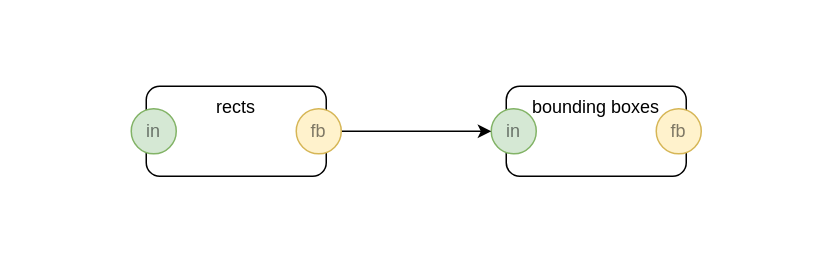
langjam/jam0001 keeps this draw.io diagram as guitarvydas/sequence.drawio. Above is the earlier version. Source tidied: cells renumbered, new cells numbered last; positions are measured from the earlier drawing's top-left corner, leaving out a move shared by most shapes. Both pictures are drawn from the tidied source at 150%, with x=0, y=0 at pixel (130, 86).
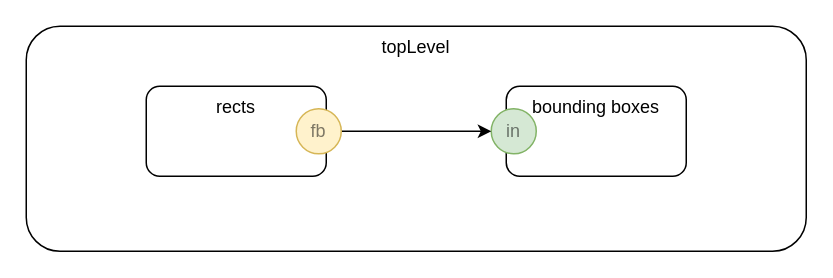
The same diagram, later.

The edit, as a diff of the source:
```diff
@@
 <mxGraphModel>
   <root>
     <mxCell id="0" />
     <mxCell id="1" parent="0" />
+    <mxCell id="9" value="topLevel" style="rounded=1;whiteSpace=wrap;html=1;verticalAlign=top;" parent="1" vertex="1">
+      <mxGeometry x="-70" y="-40" width="520" height="150" as="geometry" />
+    </mxCell>
     <mxCell id="2" value="rects" style="rounded=1;whiteSpace=wrap;html=1;verticalAlign=top;" parent="1" vertex="1">
       <mxGeometry x="10" width="120" height="60" as="geometry" />
     </mxCell>
     <mxCell id="3" value="bounding boxes" style="rounded=1;whiteSpace=wrap;html=1;verticalAlign=top;" parent="1" vertex="1">
       <mxGeometry x="250" width="120" height="60" as="geometry" />
     </mxCell>
-    <mxCell id="4" value="in" style="ellipse;whiteSpace=wrap;html=1;fillColor=#d5e8d4;align=center;strokeColor=#82b366;textOpacity=50;" parent="1" vertex="1">
-      <mxGeometry y="15" width="30" height="30" as="geometry" />
-    </mxCell>
     <mxCell id="5" value="in" style="ellipse;whiteSpace=wrap;html=1;fillColor=#d5e8d4;align=center;strokeColor=#82b366;textOpacity=50;" parent="1" vertex="1">
       <mxGeometry x="240" y="15" width="30" height="30" as="geometry" />
     </mxCell>
     <mxCell id="6" style="edgeStyle=orthogonalEdgeStyle;rounded=0;jettySize=auto;html=1;entryX=0;entryY=0.5;entryDx=0;entryDy=0;" parent="1" edge="1" source="7" target="5">
       <mxGeometry relative="1" as="geometry" />
     </mxCell>
     <mxCell id="7" value="fb" style="ellipse;whiteSpace=wrap;html=1;fillColor=#fff2cc;align=center;strokeColor=#d6b656;textOpacity=50;" parent="1" vertex="1">
       <mxGeometry x="110" y="15" width="30" height="30" as="geometry" />
     </mxCell>
-    <mxCell id="8" value="fb" style="ellipse;whiteSpace=wrap;html=1;fillColor=#fff2cc;align=center;strokeColor=#d6b656;textOpacity=50;" parent="1" vertex="1">
-      <mxGeometry x="350" y="15" width="30" height="30" as="geometry" />
-    </mxCell>
+    <mxCell id="10" style="edgeStyle=orthogonalEdgeStyle;rounded=0;orthogonalLoop=1;jettySize=auto;html=1;exitX=1;exitY=0.5;exitDx=0;exitDy=0;" parent="1" edge="1">
+      <mxGeometry relative="1" as="geometry">
+        <mxPoint x="380" y="30" as="sourcePoint" />
+      </mxGeometry>
+    </mxCell>
+    <mxCell id="11" style="edgeStyle=orthogonalEdgeStyle;rounded=0;orthogonalLoop=1;jettySize=auto;html=1;" parent="1" edge="1">
+      <mxGeometry relative="1" as="geometry">
+        <mxPoint x="-50" y="30" as="sourcePoint" />
+      </mxGeometry>
+    </mxCell>
   </root>
 </mxGraphModel>
```
